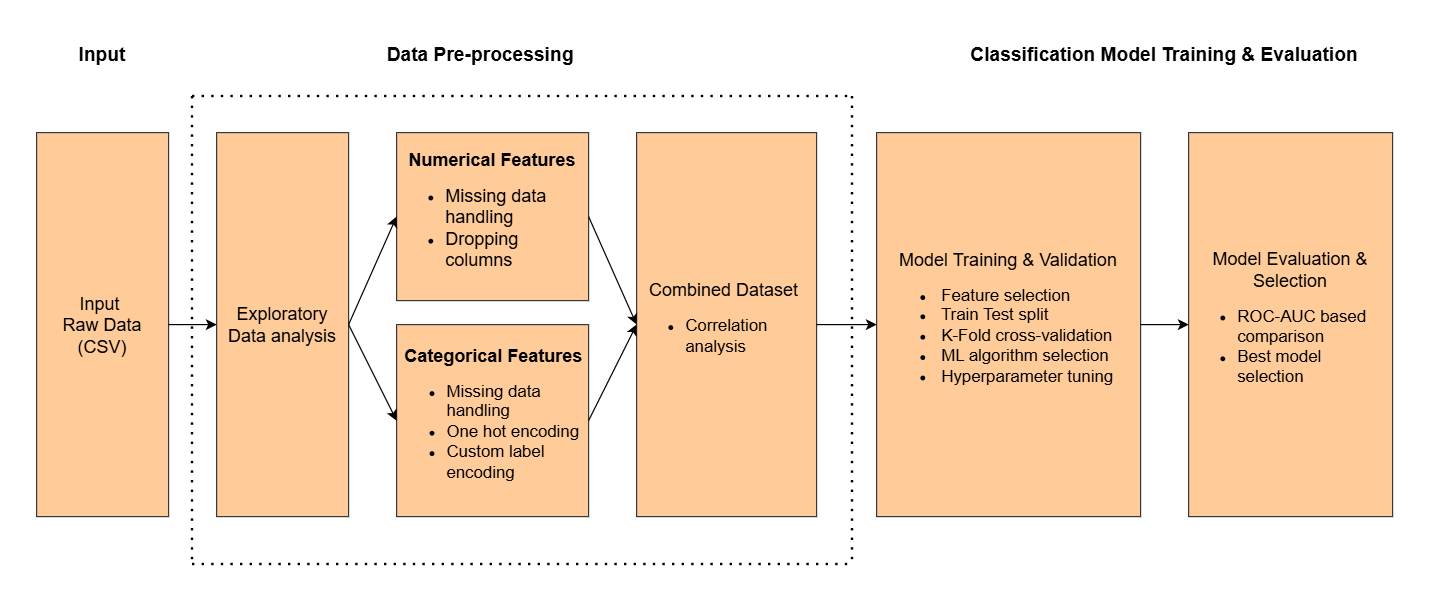
Earlier version of the draw.io export assets/img/Project01.png (mayurimhetre/Portfolio-website). Source tidied: cells renumbered, new cells last; positions are measured from the earlier drawing's top-left corner, leaving out a move shared by most shapes. The source it was exported from:
```xml
<mxGraphModel>
  <root>
    <mxCell id="0" />
    <mxCell id="1" parent="0" />
    <mxCell id="2" value="&lt;font style=&quot;font-size: 15px;&quot;&gt;Input&amp;nbsp;&lt;/font&gt;&lt;div&gt;&lt;font style=&quot;font-size: 15px;&quot;&gt;Raw Data&lt;/font&gt;&lt;/div&gt;&lt;div&gt;&lt;font style=&quot;font-size: 15px;&quot;&gt;(CSV)&lt;/font&gt;&lt;/div&gt;" style="rounded=0;whiteSpace=wrap;html=1;fillColor=#ffcc99;strokeColor=#36393d;" parent="1" vertex="1">
      <mxGeometry y="80" width="110" height="320" as="geometry" />
    </mxCell>
    <mxCell id="3" value="&lt;font style=&quot;font-size: 15px;&quot;&gt;Exploratory&lt;/font&gt;&lt;div&gt;&lt;font style=&quot;font-size: 15px;&quot;&gt;Data analysis&lt;/font&gt;&lt;/div&gt;" style="rounded=0;whiteSpace=wrap;html=1;fillColor=#ffcc99;strokeColor=#36393d;" parent="1" vertex="1">
      <mxGeometry x="150" y="80" width="110" height="320" as="geometry" />
    </mxCell>
    <mxCell id="4" value="&lt;font style=&quot;font-size: 15px;&quot;&gt;&lt;b&gt;Numerical Features&lt;/b&gt;&lt;/font&gt;&lt;div&gt;&lt;ul&gt;&lt;li style=&quot;text-align: left;&quot;&gt;&lt;font style=&quot;font-size: 15px;&quot;&gt;Missing data handling&lt;/font&gt;&lt;/li&gt;&lt;li style=&quot;text-align: left;&quot;&gt;&lt;font style=&quot;font-size: 15px;&quot;&gt;Dropping columns&lt;/font&gt;&lt;/li&gt;&lt;/ul&gt;&lt;/div&gt;" style="rounded=0;whiteSpace=wrap;html=1;fillColor=#ffcc99;strokeColor=#36393d;" parent="1" vertex="1">
      <mxGeometry x="300" y="80" width="160" height="140" as="geometry" />
    </mxCell>
    <mxCell id="5" value="&lt;div style=&quot;text-align: center;&quot;&gt;&lt;span style=&quot;font-size: 15px; background-color: transparent; color: light-dark(rgb(0, 0, 0), rgb(255, 255, 255));&quot;&gt;&lt;b&gt;Categorical Features&lt;/b&gt;&lt;/span&gt;&lt;/div&gt;&lt;div&gt;&lt;ul&gt;&lt;li&gt;&lt;font style=&quot;font-size: 14px;&quot;&gt;Missing data handling&lt;/font&gt;&lt;/li&gt;&lt;li&gt;&lt;font style=&quot;font-size: 14px;&quot;&gt;One hot encoding&lt;/font&gt;&lt;/li&gt;&lt;li&gt;&lt;font style=&quot;font-size: 14px;&quot;&gt;Custom label encoding&lt;/font&gt;&lt;/li&gt;&lt;/ul&gt;&lt;/div&gt;" style="rounded=0;whiteSpace=wrap;html=1;align=left;fillColor=#ffcc99;strokeColor=#36393d;" parent="1" vertex="1">
      <mxGeometry x="300" y="240" width="160" height="160" as="geometry" />
    </mxCell>
    <mxCell id="6" style="endArrow=classic;html=1;rounded=0;exitX=1;exitY=0.5;exitDx=0;exitDy=0;entryX=0;entryY=0.5;entryDx=0;entryDy=0;" parent="1" edge="1" source="3" target="4">
      <mxGeometry relative="1" as="geometry" />
    </mxCell>
    <mxCell id="7" style="endArrow=classic;html=1;rounded=0;exitX=1;exitY=0.5;exitDx=0;exitDy=0;entryX=0;entryY=0.5;entryDx=0;entryDy=0;" parent="1" edge="1" source="3" target="5">
      <mxGeometry relative="1" as="geometry" />
    </mxCell>
    <mxCell id="8" style="endArrow=classic;html=1;rounded=0;exitX=1;exitY=0.5;exitDx=0;exitDy=0;entryX=0;entryY=0.5;entryDx=0;entryDy=0;" parent="1" edge="1" source="2" target="3">
      <mxGeometry relative="1" as="geometry" />
    </mxCell>
    <mxCell id="9" value="&lt;font style=&quot;font-size: 15px;&quot;&gt;&amp;nbsp;Model Training &amp;amp; Validation&amp;nbsp;&lt;/font&gt;&lt;div&gt;&lt;div&gt;&lt;ul&gt;&lt;li style=&quot;text-align: justify;&quot;&gt;&lt;font style=&quot;font-size: 14px;&quot;&gt;&amp;nbsp;Feature selection&amp;nbsp; &amp;nbsp; &amp;nbsp; &amp;nbsp; &amp;nbsp;&lt;/font&gt;&lt;/li&gt;&lt;li style=&quot;text-align: justify;&quot;&gt;&lt;font style=&quot;font-size: 14px;&quot;&gt;&amp;nbsp;Train Test split&amp;nbsp; &amp;nbsp; &amp;nbsp; &amp;nbsp;&amp;nbsp;&lt;/font&gt;&lt;/li&gt;&lt;li style=&quot;text-align: justify;&quot;&gt;&lt;font style=&quot;font-size: 14px;&quot;&gt;&amp;nbsp;K-Fold cross-validation&amp;nbsp; &amp;nbsp;&lt;/font&gt;&lt;/li&gt;&lt;li style=&quot;text-align: justify;&quot;&gt;&lt;font style=&quot;font-size: 14px;&quot;&gt;&amp;nbsp;ML algorithm selection&amp;nbsp; &amp;nbsp;&amp;nbsp;&lt;/font&gt;&lt;/li&gt;&lt;li style=&quot;text-align: justify;&quot;&gt;&lt;font style=&quot;font-size: 14px;&quot;&gt;&amp;nbsp;Hyperparameter tuning&amp;nbsp;&lt;/font&gt;&lt;/li&gt;&lt;/ul&gt;&lt;/div&gt;&lt;/div&gt;" style="rounded=0;whiteSpace=wrap;html=1;fillColor=#ffcc99;strokeColor=#36393d;" parent="1" vertex="1">
      <mxGeometry x="700" y="80" width="220" height="320" as="geometry" />
    </mxCell>
    <mxCell id="10" value="&lt;div&gt;&lt;div&gt;&lt;font style=&quot;font-size: 15px;&quot;&gt;Model Evaluation &amp;amp; Selection&lt;/font&gt;&lt;/div&gt;&lt;/div&gt;&lt;div&gt;&lt;ul&gt;&lt;li style=&quot;text-align: left;&quot;&gt;&lt;font style=&quot;font-size: 14px;&quot;&gt;ROC-AUC based comparison&lt;/font&gt;&lt;/li&gt;&lt;li style=&quot;text-align: left;&quot;&gt;&lt;font style=&quot;font-size: 14px;&quot;&gt;Best model selection&lt;/font&gt;&lt;/li&gt;&lt;/ul&gt;&lt;/div&gt;" style="rounded=0;whiteSpace=wrap;html=1;fillColor=#ffcc99;strokeColor=#36393d;" parent="1" vertex="1">
      <mxGeometry x="960" y="80" width="170" height="320" as="geometry" />
    </mxCell>
    <mxCell id="11" value="&lt;font style=&quot;font-size: 15px;&quot;&gt;&amp;nbsp;Combined Dataset&amp;nbsp;&amp;nbsp;&lt;/font&gt;&lt;div style=&quot;text-align: justify;&quot;&gt;&lt;ul&gt;&lt;li&gt;&lt;font style=&quot;font-size: 14px;&quot;&gt;Correlation analysis&amp;nbsp; &amp;nbsp;&amp;nbsp;&lt;/font&gt;&lt;/li&gt;&lt;/ul&gt;&lt;/div&gt;" style="rounded=0;whiteSpace=wrap;html=1;fillColor=#ffcc99;strokeColor=#36393d;" parent="1" vertex="1">
      <mxGeometry x="500" y="80" width="150" height="320" as="geometry" />
    </mxCell>
    <mxCell id="12" style="endArrow=none;dashed=1;html=1;dashPattern=1 3;strokeWidth=2;rounded=0;" parent="1" edge="1">
      <mxGeometry relative="1" as="geometry">
        <mxPoint x="130" y="440" as="sourcePoint" />
        <mxPoint x="680" y="440" as="targetPoint" />
      </mxGeometry>
    </mxCell>
    <mxCell id="13" style="endArrow=none;dashed=1;html=1;dashPattern=1 3;strokeWidth=2;rounded=0;" parent="1" edge="1">
      <mxGeometry relative="1" as="geometry">
        <mxPoint x="130" y="50" as="sourcePoint" />
        <mxPoint x="680" y="50" as="targetPoint" />
      </mxGeometry>
    </mxCell>
    <mxCell id="14" style="endArrow=none;dashed=1;html=1;dashPattern=1 3;strokeWidth=2;rounded=0;" parent="1" edge="1">
      <mxGeometry relative="1" as="geometry">
        <mxPoint x="130" y="50" as="sourcePoint" />
        <mxPoint x="130" y="440" as="targetPoint" />
      </mxGeometry>
    </mxCell>
    <mxCell id="15" style="endArrow=none;dashed=1;html=1;dashPattern=1 3;strokeWidth=2;rounded=0;" parent="1" edge="1">
      <mxGeometry relative="1" as="geometry">
        <mxPoint x="680" y="50" as="sourcePoint" />
        <mxPoint x="680" y="440" as="targetPoint" />
      </mxGeometry>
    </mxCell>
    <mxCell id="16" style="endArrow=classic;html=1;rounded=0;exitX=1;exitY=0.5;exitDx=0;exitDy=0;entryX=0;entryY=0.5;entryDx=0;entryDy=0;" parent="1" edge="1" source="4" target="11">
      <mxGeometry relative="1" as="geometry" />
    </mxCell>
    <mxCell id="17" style="endArrow=classic;html=1;rounded=0;exitX=1;exitY=0.5;exitDx=0;exitDy=0;" parent="1" edge="1" source="5">
      <mxGeometry relative="1" as="geometry">
        <mxPoint x="500" y="240" as="targetPoint" />
      </mxGeometry>
    </mxCell>
    <mxCell id="18" style="endArrow=classic;html=1;rounded=0;exitX=1;exitY=0.5;exitDx=0;exitDy=0;entryX=0;entryY=0.5;entryDx=0;entryDy=0;" parent="1" edge="1" source="11" target="9">
      <mxGeometry relative="1" as="geometry" />
    </mxCell>
    <mxCell id="19" style="endArrow=classic;html=1;rounded=0;exitX=1;exitY=0.5;exitDx=0;exitDy=0;entryX=0;entryY=0.5;entryDx=0;entryDy=0;" parent="1" edge="1" source="9" target="10">
      <mxGeometry relative="1" as="geometry" />
    </mxCell>
    <mxCell id="20" value="&lt;font style=&quot;font-size: 16px;&quot;&gt;&lt;b&gt;Data Pre-processing&lt;/b&gt;&lt;/font&gt;" style="text;html=1;whiteSpace=wrap;strokeColor=none;fillColor=none;align=center;verticalAlign=middle;rounded=0;" parent="1" vertex="1">
      <mxGeometry x="290" width="160" height="30" as="geometry" />
    </mxCell>
    <mxCell id="21" value="&lt;font style=&quot;font-size: 16px;&quot;&gt;&lt;b&gt;Input&lt;/b&gt;&lt;/font&gt;" style="text;html=1;whiteSpace=wrap;strokeColor=none;fillColor=none;align=center;verticalAlign=middle;rounded=0;" parent="1" vertex="1">
      <mxGeometry width="110" height="30" as="geometry" />
    </mxCell>
    <mxCell id="22" value="&lt;span style=&quot;font-size: 16px;&quot;&gt;&lt;b&gt;Classification Model Training &amp;amp; Evaluation&lt;/b&gt;&lt;/span&gt;" style="text;html=1;whiteSpace=wrap;strokeColor=none;fillColor=none;align=center;verticalAlign=middle;rounded=0;" parent="1" vertex="1">
      <mxGeometry x="750" width="380" height="30" as="geometry" />
    </mxCell>
  </root>
</mxGraphModel>
```
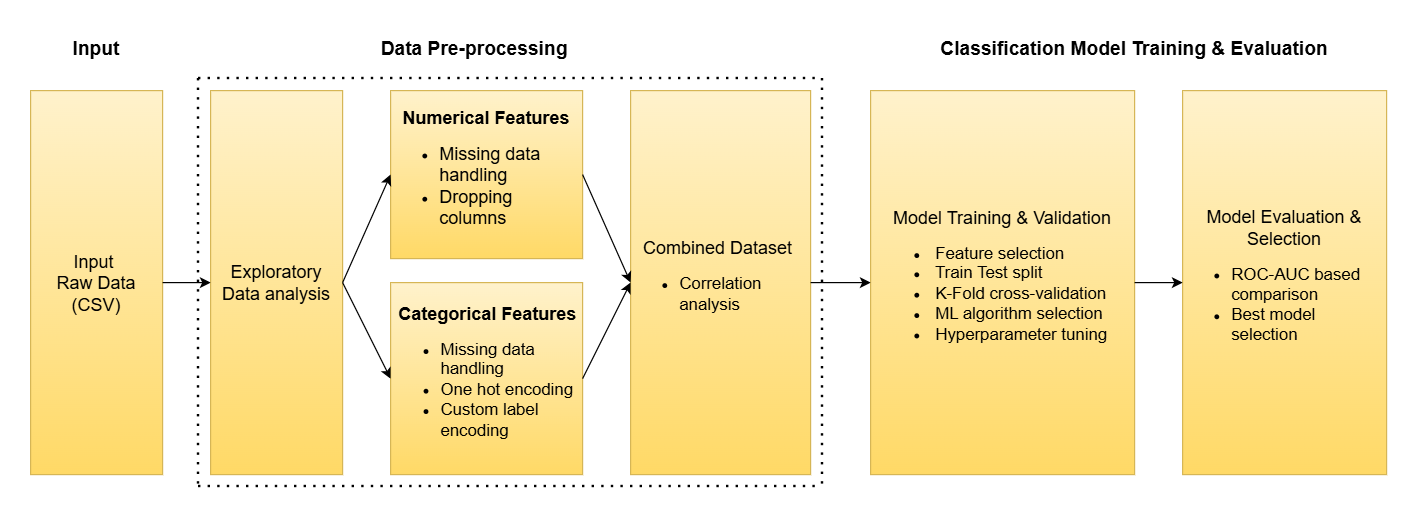
Later version of the same file.

The edit, as a diff of the source:
```diff
@@ -2,16 +2,16 @@
   <root>
     <mxCell id="0" />
     <mxCell id="1" parent="0" />
-    <mxCell id="2" value="&lt;font style=&quot;font-size: 15px;&quot;&gt;Input&amp;nbsp;&lt;/font&gt;&lt;div&gt;&lt;font style=&quot;font-size: 15px;&quot;&gt;Raw Data&lt;/font&gt;&lt;/div&gt;&lt;div&gt;&lt;font style=&quot;font-size: 15px;&quot;&gt;(CSV)&lt;/font&gt;&lt;/div&gt;" style="rounded=0;whiteSpace=wrap;html=1;fillColor=#ffcc99;strokeColor=#36393d;" parent="1" vertex="1">
+    <mxCell id="2" value="&lt;font style=&quot;font-size: 15px;&quot;&gt;Input&amp;nbsp;&lt;/font&gt;&lt;div&gt;&lt;font style=&quot;font-size: 15px;&quot;&gt;Raw Data&lt;/font&gt;&lt;/div&gt;&lt;div&gt;&lt;font style=&quot;font-size: 15px;&quot;&gt;(CSV)&lt;/font&gt;&lt;/div&gt;" style="rounded=0;whiteSpace=wrap;html=1;fillColor=#fff2cc;strokeColor=#d6b656;gradientColor=#ffd966;" parent="1" vertex="1">
       <mxGeometry y="80" width="110" height="320" as="geometry" />
     </mxCell>
-    <mxCell id="3" value="&lt;font style=&quot;font-size: 15px;&quot;&gt;Exploratory&lt;/font&gt;&lt;div&gt;&lt;font style=&quot;font-size: 15px;&quot;&gt;Data analysis&lt;/font&gt;&lt;/div&gt;" style="rounded=0;whiteSpace=wrap;html=1;fillColor=#ffcc99;strokeColor=#36393d;" parent="1" vertex="1">
+    <mxCell id="3" value="&lt;font style=&quot;font-size: 15px;&quot;&gt;Exploratory&lt;/font&gt;&lt;div&gt;&lt;font style=&quot;font-size: 15px;&quot;&gt;Data analysis&lt;/font&gt;&lt;/div&gt;" style="rounded=0;whiteSpace=wrap;html=1;fillColor=#fff2cc;strokeColor=#d6b656;gradientColor=#ffd966;" parent="1" vertex="1">
       <mxGeometry x="150" y="80" width="110" height="320" as="geometry" />
     </mxCell>
-    <mxCell id="4" value="&lt;font style=&quot;font-size: 15px;&quot;&gt;&lt;b&gt;Numerical Features&lt;/b&gt;&lt;/font&gt;&lt;div&gt;&lt;ul&gt;&lt;li style=&quot;text-align: left;&quot;&gt;&lt;font style=&quot;font-size: 15px;&quot;&gt;Missing data handling&lt;/font&gt;&lt;/li&gt;&lt;li style=&quot;text-align: left;&quot;&gt;&lt;font style=&quot;font-size: 15px;&quot;&gt;Dropping columns&lt;/font&gt;&lt;/li&gt;&lt;/ul&gt;&lt;/div&gt;" style="rounded=0;whiteSpace=wrap;html=1;fillColor=#ffcc99;strokeColor=#36393d;" parent="1" vertex="1">
+    <mxCell id="4" value="&lt;font style=&quot;font-size: 15px;&quot;&gt;&lt;b&gt;Numerical Features&lt;/b&gt;&lt;/font&gt;&lt;div&gt;&lt;ul&gt;&lt;li style=&quot;text-align: left;&quot;&gt;&lt;font style=&quot;font-size: 15px;&quot;&gt;Missing data handling&lt;/font&gt;&lt;/li&gt;&lt;li style=&quot;text-align: left;&quot;&gt;&lt;font style=&quot;font-size: 15px;&quot;&gt;Dropping columns&lt;/font&gt;&lt;/li&gt;&lt;/ul&gt;&lt;/div&gt;" style="rounded=0;whiteSpace=wrap;html=1;fillColor=#fff2cc;strokeColor=#d6b656;gradientColor=#ffd966;" parent="1" vertex="1">
       <mxGeometry x="300" y="80" width="160" height="140" as="geometry" />
     </mxCell>
-    <mxCell id="5" value="&lt;div style=&quot;text-align: center;&quot;&gt;&lt;span style=&quot;font-size: 15px; background-color: transparent; color: light-dark(rgb(0, 0, 0), rgb(255, 255, 255));&quot;&gt;&lt;b&gt;Categorical Features&lt;/b&gt;&lt;/span&gt;&lt;/div&gt;&lt;div&gt;&lt;ul&gt;&lt;li&gt;&lt;font style=&quot;font-size: 14px;&quot;&gt;Missing data handling&lt;/font&gt;&lt;/li&gt;&lt;li&gt;&lt;font style=&quot;font-size: 14px;&quot;&gt;One hot encoding&lt;/font&gt;&lt;/li&gt;&lt;li&gt;&lt;font style=&quot;font-size: 14px;&quot;&gt;Custom label encoding&lt;/font&gt;&lt;/li&gt;&lt;/ul&gt;&lt;/div&gt;" style="rounded=0;whiteSpace=wrap;html=1;align=left;fillColor=#ffcc99;strokeColor=#36393d;" parent="1" vertex="1">
+    <mxCell id="5" value="&lt;div style=&quot;text-align: center;&quot;&gt;&lt;span style=&quot;font-size: 15px; background-color: transparent; color: light-dark(rgb(0, 0, 0), rgb(255, 255, 255));&quot;&gt;&lt;b&gt;Categorical Features&lt;/b&gt;&lt;/span&gt;&lt;/div&gt;&lt;div&gt;&lt;ul&gt;&lt;li&gt;&lt;font style=&quot;font-size: 14px;&quot;&gt;Missing data handling&lt;/font&gt;&lt;/li&gt;&lt;li&gt;&lt;font style=&quot;font-size: 14px;&quot;&gt;One hot encoding&lt;/font&gt;&lt;/li&gt;&lt;li&gt;&lt;font style=&quot;font-size: 14px;&quot;&gt;Custom label encoding&lt;/font&gt;&lt;/li&gt;&lt;/ul&gt;&lt;/div&gt;" style="rounded=0;whiteSpace=wrap;html=1;align=left;fillColor=#fff2cc;strokeColor=#d6b656;gradientColor=#ffd966;" parent="1" vertex="1">
       <mxGeometry x="300" y="240" width="160" height="160" as="geometry" />
     </mxCell>
     <mxCell id="6" style="endArrow=classic;html=1;rounded=0;exitX=1;exitY=0.5;exitDx=0;exitDy=0;entryX=0;entryY=0.5;entryDx=0;entryDy=0;" parent="1" edge="1" source="3" target="4">
@@ -23,37 +23,37 @@
     <mxCell id="8" style="endArrow=classic;html=1;rounded=0;exitX=1;exitY=0.5;exitDx=0;exitDy=0;entryX=0;entryY=0.5;entryDx=0;entryDy=0;" parent="1" edge="1" source="2" target="3">
       <mxGeometry relative="1" as="geometry" />
     </mxCell>
-    <mxCell id="9" value="&lt;font style=&quot;font-size: 15px;&quot;&gt;&amp;nbsp;Model Training &amp;amp; Validation&amp;nbsp;&lt;/font&gt;&lt;div&gt;&lt;div&gt;&lt;ul&gt;&lt;li style=&quot;text-align: justify;&quot;&gt;&lt;font style=&quot;font-size: 14px;&quot;&gt;&amp;nbsp;Feature selection&amp;nbsp; &amp;nbsp; &amp;nbsp; &amp;nbsp; &amp;nbsp;&lt;/font&gt;&lt;/li&gt;&lt;li style=&quot;text-align: justify;&quot;&gt;&lt;font style=&quot;font-size: 14px;&quot;&gt;&amp;nbsp;Train Test split&amp;nbsp; &amp;nbsp; &amp;nbsp; &amp;nbsp;&amp;nbsp;&lt;/font&gt;&lt;/li&gt;&lt;li style=&quot;text-align: justify;&quot;&gt;&lt;font style=&quot;font-size: 14px;&quot;&gt;&amp;nbsp;K-Fold cross-validation&amp;nbsp; &amp;nbsp;&lt;/font&gt;&lt;/li&gt;&lt;li style=&quot;text-align: justify;&quot;&gt;&lt;font style=&quot;font-size: 14px;&quot;&gt;&amp;nbsp;ML algorithm selection&amp;nbsp; &amp;nbsp;&amp;nbsp;&lt;/font&gt;&lt;/li&gt;&lt;li style=&quot;text-align: justify;&quot;&gt;&lt;font style=&quot;font-size: 14px;&quot;&gt;&amp;nbsp;Hyperparameter tuning&amp;nbsp;&lt;/font&gt;&lt;/li&gt;&lt;/ul&gt;&lt;/div&gt;&lt;/div&gt;" style="rounded=0;whiteSpace=wrap;html=1;fillColor=#ffcc99;strokeColor=#36393d;" parent="1" vertex="1">
+    <mxCell id="9" value="&lt;font style=&quot;font-size: 15px;&quot;&gt;&amp;nbsp;Model Training &amp;amp; Validation&amp;nbsp;&lt;/font&gt;&lt;div&gt;&lt;div&gt;&lt;ul&gt;&lt;li style=&quot;text-align: justify;&quot;&gt;&lt;font style=&quot;font-size: 14px;&quot;&gt;&amp;nbsp;Feature selection&amp;nbsp; &amp;nbsp; &amp;nbsp; &amp;nbsp; &amp;nbsp;&lt;/font&gt;&lt;/li&gt;&lt;li style=&quot;text-align: justify;&quot;&gt;&lt;font style=&quot;font-size: 14px;&quot;&gt;&amp;nbsp;Train Test split&amp;nbsp; &amp;nbsp; &amp;nbsp; &amp;nbsp;&amp;nbsp;&lt;/font&gt;&lt;/li&gt;&lt;li style=&quot;text-align: justify;&quot;&gt;&lt;font style=&quot;font-size: 14px;&quot;&gt;&amp;nbsp;K-Fold cross-validation&amp;nbsp; &amp;nbsp;&lt;/font&gt;&lt;/li&gt;&lt;li style=&quot;text-align: justify;&quot;&gt;&lt;font style=&quot;font-size: 14px;&quot;&gt;&amp;nbsp;ML algorithm selection&amp;nbsp; &amp;nbsp;&amp;nbsp;&lt;/font&gt;&lt;/li&gt;&lt;li style=&quot;text-align: justify;&quot;&gt;&lt;font style=&quot;font-size: 14px;&quot;&gt;&amp;nbsp;Hyperparameter tuning&amp;nbsp;&lt;/font&gt;&lt;/li&gt;&lt;/ul&gt;&lt;/div&gt;&lt;/div&gt;" style="rounded=0;whiteSpace=wrap;html=1;fillColor=#fff2cc;strokeColor=#d6b656;gradientColor=#ffd966;" parent="1" vertex="1">
       <mxGeometry x="700" y="80" width="220" height="320" as="geometry" />
     </mxCell>
-    <mxCell id="10" value="&lt;div&gt;&lt;div&gt;&lt;font style=&quot;font-size: 15px;&quot;&gt;Model Evaluation &amp;amp; Selection&lt;/font&gt;&lt;/div&gt;&lt;/div&gt;&lt;div&gt;&lt;ul&gt;&lt;li style=&quot;text-align: left;&quot;&gt;&lt;font style=&quot;font-size: 14px;&quot;&gt;ROC-AUC based comparison&lt;/font&gt;&lt;/li&gt;&lt;li style=&quot;text-align: left;&quot;&gt;&lt;font style=&quot;font-size: 14px;&quot;&gt;Best model selection&lt;/font&gt;&lt;/li&gt;&lt;/ul&gt;&lt;/div&gt;" style="rounded=0;whiteSpace=wrap;html=1;fillColor=#ffcc99;strokeColor=#36393d;" parent="1" vertex="1">
+    <mxCell id="10" value="&lt;div&gt;&lt;div&gt;&lt;font style=&quot;font-size: 15px;&quot;&gt;Model Evaluation &amp;amp; Selection&lt;/font&gt;&lt;/div&gt;&lt;/div&gt;&lt;div&gt;&lt;ul&gt;&lt;li style=&quot;text-align: left;&quot;&gt;&lt;font style=&quot;font-size: 14px;&quot;&gt;ROC-AUC based comparison&lt;/font&gt;&lt;/li&gt;&lt;li style=&quot;text-align: left;&quot;&gt;&lt;font style=&quot;font-size: 14px;&quot;&gt;Best model selection&lt;/font&gt;&lt;/li&gt;&lt;/ul&gt;&lt;/div&gt;" style="rounded=0;whiteSpace=wrap;html=1;fillColor=#fff2cc;strokeColor=#d6b656;gradientColor=#ffd966;" parent="1" vertex="1">
       <mxGeometry x="960" y="80" width="170" height="320" as="geometry" />
     </mxCell>
-    <mxCell id="11" value="&lt;font style=&quot;font-size: 15px;&quot;&gt;&amp;nbsp;Combined Dataset&amp;nbsp;&amp;nbsp;&lt;/font&gt;&lt;div style=&quot;text-align: justify;&quot;&gt;&lt;ul&gt;&lt;li&gt;&lt;font style=&quot;font-size: 14px;&quot;&gt;Correlation analysis&amp;nbsp; &amp;nbsp;&amp;nbsp;&lt;/font&gt;&lt;/li&gt;&lt;/ul&gt;&lt;/div&gt;" style="rounded=0;whiteSpace=wrap;html=1;fillColor=#ffcc99;strokeColor=#36393d;" parent="1" vertex="1">
+    <mxCell id="11" value="&lt;font style=&quot;font-size: 15px;&quot;&gt;&amp;nbsp;Combined Dataset&amp;nbsp;&amp;nbsp;&lt;/font&gt;&lt;div style=&quot;text-align: justify;&quot;&gt;&lt;ul&gt;&lt;li&gt;&lt;font style=&quot;font-size: 14px;&quot;&gt;Correlation analysis&amp;nbsp; &amp;nbsp;&amp;nbsp;&lt;/font&gt;&lt;/li&gt;&lt;/ul&gt;&lt;/div&gt;" style="rounded=0;whiteSpace=wrap;html=1;fillColor=#fff2cc;strokeColor=#d6b656;gradientColor=#ffd966;" parent="1" vertex="1">
       <mxGeometry x="500" y="80" width="150" height="320" as="geometry" />
     </mxCell>
     <mxCell id="12" style="endArrow=none;dashed=1;html=1;dashPattern=1 3;strokeWidth=2;rounded=0;" parent="1" edge="1">
       <mxGeometry relative="1" as="geometry">
-        <mxPoint x="130" y="440" as="sourcePoint" />
-        <mxPoint x="680" y="440" as="targetPoint" />
+        <mxPoint x="140" y="410" as="sourcePoint" />
+        <mxPoint x="660" y="410" as="targetPoint" />
       </mxGeometry>
     </mxCell>
     <mxCell id="13" style="endArrow=none;dashed=1;html=1;dashPattern=1 3;strokeWidth=2;rounded=0;" parent="1" edge="1">
       <mxGeometry relative="1" as="geometry">
-        <mxPoint x="130" y="50" as="sourcePoint" />
-        <mxPoint x="680" y="50" as="targetPoint" />
+        <mxPoint x="140" y="70" as="sourcePoint" />
+        <mxPoint x="660" y="70" as="targetPoint" />
       </mxGeometry>
     </mxCell>
     <mxCell id="14" style="endArrow=none;dashed=1;html=1;dashPattern=1 3;strokeWidth=2;rounded=0;" parent="1" edge="1">
       <mxGeometry relative="1" as="geometry">
-        <mxPoint x="130" y="50" as="sourcePoint" />
-        <mxPoint x="130" y="440" as="targetPoint" />
+        <mxPoint x="140" y="70" as="sourcePoint" />
+        <mxPoint x="140" y="410" as="targetPoint" />
       </mxGeometry>
     </mxCell>
     <mxCell id="15" style="endArrow=none;dashed=1;html=1;dashPattern=1 3;strokeWidth=2;rounded=0;" parent="1" edge="1">
       <mxGeometry relative="1" as="geometry">
-        <mxPoint x="680" y="50" as="sourcePoint" />
-        <mxPoint x="680" y="440" as="targetPoint" />
+        <mxPoint x="660" y="70" as="sourcePoint" />
+        <mxPoint x="660" y="410" as="targetPoint" />
       </mxGeometry>
     </mxCell>
     <mxCell id="16" style="endArrow=classic;html=1;rounded=0;exitX=1;exitY=0.5;exitDx=0;exitDy=0;entryX=0;entryY=0.5;entryDx=0;entryDy=0;" parent="1" edge="1" source="4" target="11">
@@ -71,13 +71,13 @@
       <mxGeometry relative="1" as="geometry" />
     </mxCell>
     <mxCell id="20" value="&lt;font style=&quot;font-size: 16px;&quot;&gt;&lt;b&gt;Data Pre-processing&lt;/b&gt;&lt;/font&gt;" style="text;html=1;whiteSpace=wrap;strokeColor=none;fillColor=none;align=center;verticalAlign=middle;rounded=0;" parent="1" vertex="1">
-      <mxGeometry x="290" width="160" height="30" as="geometry" />
+      <mxGeometry x="290" y="30" width="160" height="30" as="geometry" />
     </mxCell>
     <mxCell id="21" value="&lt;font style=&quot;font-size: 16px;&quot;&gt;&lt;b&gt;Input&lt;/b&gt;&lt;/font&gt;" style="text;html=1;whiteSpace=wrap;strokeColor=none;fillColor=none;align=center;verticalAlign=middle;rounded=0;" parent="1" vertex="1">
-      <mxGeometry width="110" height="30" as="geometry" />
+      <mxGeometry y="30" width="110" height="30" as="geometry" />
     </mxCell>
     <mxCell id="22" value="&lt;span style=&quot;font-size: 16px;&quot;&gt;&lt;b&gt;Classification Model Training &amp;amp; Evaluation&lt;/b&gt;&lt;/span&gt;" style="text;html=1;whiteSpace=wrap;strokeColor=none;fillColor=none;align=center;verticalAlign=middle;rounded=0;" parent="1" vertex="1">
-      <mxGeometry x="750" width="380" height="30" as="geometry" />
+      <mxGeometry x="730" y="30" width="380" height="30" as="geometry" />
     </mxCell>
   </root>
 </mxGraphModel>
```
